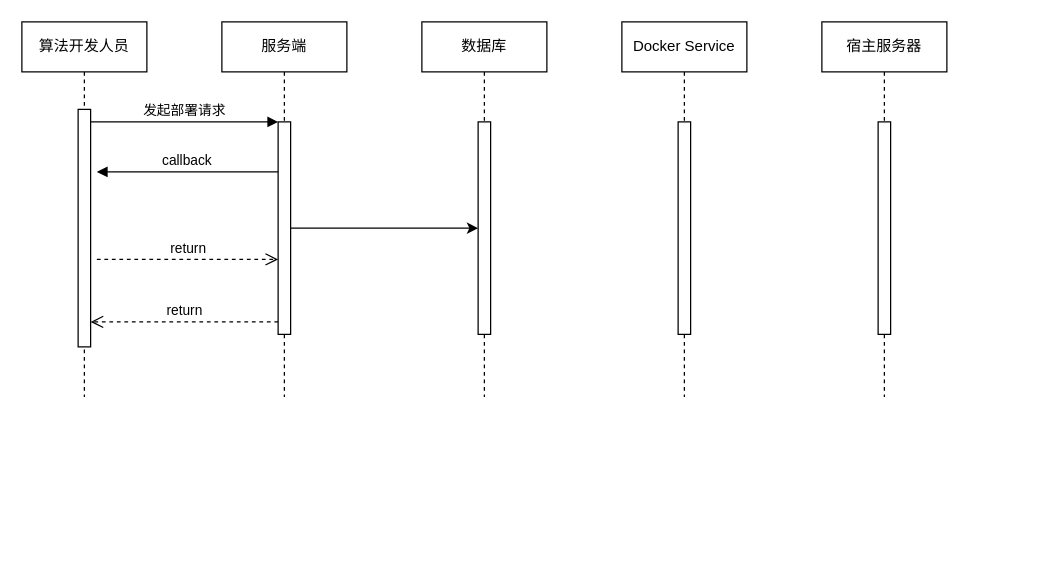
bigflyelephant/uml_set keeps this draw.io diagram as 毕设uml/未命名绘图.drawio. Above is the earlier version. Source tidied: cells renumbered, new cells numbered last; positions are measured from the earlier drawing's top-left corner, leaving out a move shared by most shapes. Both pictures are drawn from the tidied source at 125%, with x=0, y=0 at pixel (21, 21).
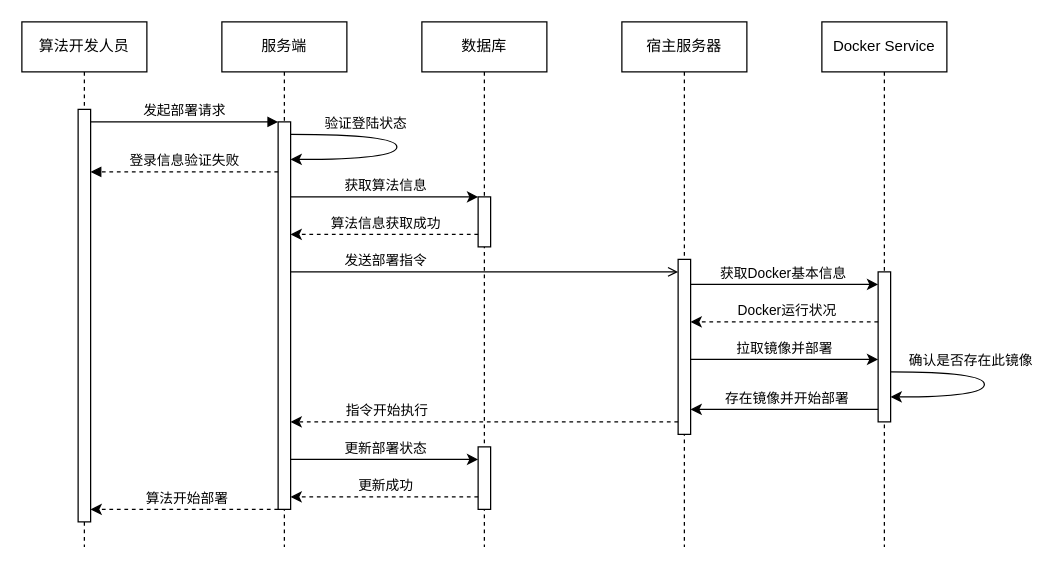
The same page after the edit.

Commit message:
更新未命名绘图.drawio

Diff of the diagram source:
```diff
@@
     <mxCell id="2" value="算法开发人员" style="shape=umlLifeline;perimeter=lifelinePerimeter;whiteSpace=wrap;html=1;newEdgeStyle={&quot;edgeStyle&quot;:&quot;elbowEdgeStyle&quot;,&quot;elbow&quot;:&quot;vertical&quot;,&quot;curved&quot;:0,&quot;rounded&quot;:0};" parent="1" vertex="1">
-      <mxGeometry width="100" height="300" as="geometry" />
+      <mxGeometry width="100" height="420" as="geometry" />
     </mxCell>
     <mxCell id="3" style="html=1;points=[];perimeter=orthogonalPerimeter;outlineConnect=0;targetShapes=umlLifeline;portConstraint=eastwest;newEdgeStyle={&quot;edgeStyle&quot;:&quot;elbowEdgeStyle&quot;,&quot;elbow&quot;:&quot;vertical&quot;,&quot;curved&quot;:0,&quot;rounded&quot;:0};" parent="2" vertex="1">
-      <mxGeometry x="45" y="70" width="10" height="190" as="geometry" />
+      <mxGeometry x="45" y="70" width="10" height="330" as="geometry" />
     </mxCell>
     <mxCell id="4" value="服务端" style="shape=umlLifeline;perimeter=lifelinePerimeter;whiteSpace=wrap;html=1;newEdgeStyle={&quot;edgeStyle&quot;:&quot;elbowEdgeStyle&quot;,&quot;elbow&quot;:&quot;vertical&quot;,&quot;curved&quot;:0,&quot;rounded&quot;:0};" parent="1" vertex="1">
-      <mxGeometry x="160" width="100" height="300" as="geometry" />
+      <mxGeometry x="160" width="100" height="420" as="geometry" />
     </mxCell>
     <mxCell id="5" style="html=1;points=[];perimeter=orthogonalPerimeter;outlineConnect=0;targetShapes=umlLifeline;portConstraint=eastwest;newEdgeStyle={&quot;edgeStyle&quot;:&quot;elbowEdgeStyle&quot;,&quot;elbow&quot;:&quot;vertical&quot;,&quot;curved&quot;:0,&quot;rounded&quot;:0};" parent="4" vertex="1">
-      <mxGeometry x="45" y="80" width="10" height="170" as="geometry" />
+      <mxGeometry x="45" y="80" width="10" height="310" as="geometry" />
     </mxCell>
+    <mxCell id="17" style="edgeStyle=orthogonalEdgeStyle;rounded=0;orthogonalLoop=1;jettySize=auto;html=1;elbow=vertical;targetPerimeterSpacing=0;curved=1;" parent="4" edge="1" source="5" target="5">
+      <mxGeometry relative="1" as="geometry">
+        <Array as="points">
+          <mxPoint x="140" y="90" />
+          <mxPoint x="140" y="110" />
+        </Array>
+      </mxGeometry>
+    </mxCell>
+    <mxCell id="18" value="验证登陆状态" style="edgeLabel;html=1;align=center;verticalAlign=middle;" parent="17" vertex="1">
+      <mxGeometry x="-0.38" y="-4" relative="1" as="geometry">
+        <mxPoint y="-14" as="offset" />
+      </mxGeometry>
+    </mxCell>
@@
-    <mxCell id="7" value="return" style="html=1;verticalAlign=bottom;endArrow=open;dashed=1;endSize=8;edgeStyle=elbowEdgeStyle;elbow=vertical;curved=0;rounded=0;" parent="1" edge="1" source="5" target="3">
-      <mxGeometry relative="1" as="geometry">
-        <Array as="points">
-          <mxPoint x="150" y="240" />
-        </Array>
-      </mxGeometry>
-    </mxCell>
-    <mxCell id="8" value="callback" style="html=1;verticalAlign=bottom;endArrow=block;edgeStyle=elbowEdgeStyle;elbow=vertical;curved=0;rounded=0;" parent="1" edge="1" source="5">
+    <mxCell id="8" value="登录信息验证失败" style="html=1;verticalAlign=bottom;endArrow=block;edgeStyle=elbowEdgeStyle;elbow=vertical;curved=0;rounded=0;dashed=1;" parent="1" edge="1" source="5" target="3">
       <mxGeometry relative="1" as="geometry">
-        <mxPoint x="60" y="120" as="targetPoint" />
         <Array as="points">
+          <mxPoint x="190" y="120" />
+          <mxPoint x="160" y="140" />
+          <mxPoint x="170" y="130" />
+          <mxPoint x="170" y="170" />
           <mxPoint x="150" y="120" />
         </Array>
       </mxGeometry>
     </mxCell>
-    <mxCell id="9" value="return" style="html=1;verticalAlign=bottom;endArrow=open;dashed=1;endSize=8;edgeStyle=elbowEdgeStyle;elbow=vertical;curved=0;rounded=0;" parent="1" edge="1" target="5">
-      <mxGeometry relative="1" as="geometry">
-        <mxPoint x="60" y="190" as="sourcePoint" />
-        <Array as="points">
-          <mxPoint x="140" y="190" />
-        </Array>
-      </mxGeometry>
-    </mxCell>
     <mxCell id="10" style="edgeStyle=elbowEdgeStyle;rounded=0;jettySize=auto;html=1;elbow=vertical;curved=0;" parent="1" edge="1" source="5" target="12">
       <mxGeometry relative="1" as="geometry">
         <Array as="points">
+          <mxPoint x="350" y="140" />
+          <mxPoint x="340" y="150" />
+          <mxPoint x="270" y="160" />
+          <mxPoint x="290" y="150" />
+          <mxPoint x="280" y="140" />
+          <mxPoint x="290" y="240" />
+          <mxPoint x="310" y="140" />
+          <mxPoint x="280" y="100" />
           <mxPoint x="370" y="130" />
         </Array>
       </mxGeometry>
     </mxCell>
+    <mxCell id="19" value="获取算法信息" style="edgeLabel;html=1;align=center;verticalAlign=middle;" parent="10" vertex="1">
+      <mxGeometry x="0.13" relative="1" as="geometry">
+        <mxPoint x="-10" y="-10" as="offset" />
+      </mxGeometry>
+    </mxCell>
     <mxCell id="11" value="数据库" style="shape=umlLifeline;perimeter=lifelinePerimeter;whiteSpace=wrap;html=1;newEdgeStyle={&quot;edgeStyle&quot;:&quot;elbowEdgeStyle&quot;,&quot;elbow&quot;:&quot;vertical&quot;,&quot;curved&quot;:0,&quot;rounded&quot;:0};" parent="1" vertex="1">
-      <mxGeometry x="320" width="100" height="300" as="geometry" />
+      <mxGeometry x="320" width="100" height="420" as="geometry" />
     </mxCell>
     <mxCell id="12" style="html=1;points=[];perimeter=orthogonalPerimeter;outlineConnect=0;targetShapes=umlLifeline;portConstraint=eastwest;newEdgeStyle={&quot;edgeStyle&quot;:&quot;elbowEdgeStyle&quot;,&quot;elbow&quot;:&quot;vertical&quot;,&quot;curved&quot;:0,&quot;rounded&quot;:0};" parent="11" vertex="1">
-      <mxGeometry x="45" y="80" width="10" height="170" as="geometry" />
+      <mxGeometry x="45" y="140" width="10" height="40" as="geometry" />
     </mxCell>
+    <mxCell id="20" style="html=1;points=[];perimeter=orthogonalPerimeter;outlineConnect=0;targetShapes=umlLifeline;portConstraint=eastwest;newEdgeStyle={&quot;edgeStyle&quot;:&quot;elbowEdgeStyle&quot;,&quot;elbow&quot;:&quot;vertical&quot;,&quot;curved&quot;:0,&quot;rounded&quot;:0};" parent="11" vertex="1">
+      <mxGeometry x="45" y="340" width="10" height="50" as="geometry" />
+    </mxCell>
     <mxCell id="13" value="Docker Service" style="shape=umlLifeline;perimeter=lifelinePerimeter;whiteSpace=wrap;html=1;newEdgeStyle={&quot;edgeStyle&quot;:&quot;elbowEdgeStyle&quot;,&quot;elbow&quot;:&quot;vertical&quot;,&quot;curved&quot;:0,&quot;rounded&quot;:0};" parent="1" vertex="1">
-      <mxGeometry x="480" width="100" height="300" as="geometry" />
+      <mxGeometry x="640" width="100" height="420" as="geometry" />
     </mxCell>
     <mxCell id="14" style="html=1;points=[];perimeter=orthogonalPerimeter;outlineConnect=0;targetShapes=umlLifeline;portConstraint=eastwest;newEdgeStyle={&quot;edgeStyle&quot;:&quot;elbowEdgeStyle&quot;,&quot;elbow&quot;:&quot;vertical&quot;,&quot;curved&quot;:0,&quot;rounded&quot;:0};" parent="13" vertex="1">
-      <mxGeometry x="45" y="80" width="10" height="170" as="geometry" />
+      <mxGeometry x="45" y="200" width="10" height="120" as="geometry" />
     </mxCell>
+    <mxCell id="21" style="edgeStyle=orthogonalEdgeStyle;rounded=0;orthogonalLoop=1;jettySize=auto;html=1;elbow=vertical;curved=1;" parent="13" edge="1" source="14" target="14">
+      <mxGeometry relative="1" as="geometry">
+        <Array as="points">
+          <mxPoint x="130" y="280" />
+          <mxPoint x="130" y="300" />
+        </Array>
+      </mxGeometry>
+    </mxCell>
+    <mxCell id="22" value="确认是否存在此镜像" style="edgeLabel;html=1;align=center;verticalAlign=middle;" parent="21" vertex="1">
+      <mxGeometry x="-0.47" y="-1" relative="1" as="geometry">
+        <mxPoint x="18" y="-11" as="offset" />
+      </mxGeometry>
+    </mxCell>
     <mxCell id="15" value="宿主服务器" style="shape=umlLifeline;perimeter=lifelinePerimeter;whiteSpace=wrap;html=1;newEdgeStyle={&quot;edgeStyle&quot;:&quot;elbowEdgeStyle&quot;,&quot;elbow&quot;:&quot;vertical&quot;,&quot;curved&quot;:0,&quot;rounded&quot;:0};" parent="1" vertex="1">
-      <mxGeometry x="640" width="100" height="300" as="geometry" />
+      <mxGeometry x="480" width="100" height="420" as="geometry" />
     </mxCell>
     <mxCell id="16" style="html=1;points=[];perimeter=orthogonalPerimeter;outlineConnect=0;targetShapes=umlLifeline;portConstraint=eastwest;newEdgeStyle={&quot;edgeStyle&quot;:&quot;elbowEdgeStyle&quot;,&quot;elbow&quot;:&quot;vertical&quot;,&quot;curved&quot;:0,&quot;rounded&quot;:0};" parent="15" vertex="1">
-      <mxGeometry x="45" y="80" width="10" height="170" as="geometry" />
+      <mxGeometry x="45" y="190" width="10" height="140" as="geometry" />
     </mxCell>
+    <mxCell id="23" style="edgeStyle=elbowEdgeStyle;rounded=0;jettySize=auto;html=1;elbow=vertical;curved=0;dashed=1;" parent="1" edge="1" source="12" target="5">
+      <mxGeometry relative="1" as="geometry">
+        <Array as="points">
+          <mxPoint x="340" y="170" />
+          <mxPoint x="270" y="200" />
+          <mxPoint x="350" y="210" />
+          <mxPoint x="300" y="240" />
+          <mxPoint x="320" y="230" />
+        </Array>
+      </mxGeometry>
+    </mxCell>
+    <mxCell id="24" value="算法信息获取成功" style="edgeLabel;html=1;align=center;verticalAlign=middle;" parent="23" vertex="1">
+      <mxGeometry x="0.12" relative="1" as="geometry">
+        <mxPoint x="9" y="-10" as="offset" />
+      </mxGeometry>
+    </mxCell>
+    <mxCell id="25" style="edgeStyle=elbowEdgeStyle;rounded=0;jettySize=auto;html=1;elbow=vertical;curved=0;endArrow=open;endFill=0;" parent="1" edge="1" source="5" target="16">
+      <mxGeometry relative="1" as="geometry">
+        <Array as="points">
+          <mxPoint x="410" y="200" />
+          <mxPoint x="460" y="230" />
+          <mxPoint x="420" y="240" />
+          <mxPoint x="400" y="280" />
+        </Array>
+      </mxGeometry>
+    </mxCell>
+    <mxCell id="26" value="发送部署指令" style="edgeLabel;html=1;align=center;verticalAlign=middle;" parent="25" vertex="1">
+      <mxGeometry x="-0.4" y="-1" relative="1" as="geometry">
+        <mxPoint x="-18" y="-11" as="offset" />
+      </mxGeometry>
+    </mxCell>
+    <mxCell id="27" style="edgeStyle=elbowEdgeStyle;rounded=0;jettySize=auto;html=1;elbow=vertical;curved=0;" parent="1" edge="1" source="16" target="14">
+      <mxGeometry relative="1" as="geometry">
+        <Array as="points">
+          <mxPoint x="610" y="210" />
+          <mxPoint x="640" y="260" />
+          <mxPoint x="660" y="270" />
+          <mxPoint x="620" y="300" />
+          <mxPoint x="600" y="380" />
+          <mxPoint x="590" y="300" />
+        </Array>
+      </mxGeometry>
+    </mxCell>
+    <mxCell id="28" value="获取Docker基本信息" style="edgeLabel;html=1;align=center;verticalAlign=middle;" parent="27" vertex="1">
+      <mxGeometry x="0.02" y="1" relative="1" as="geometry">
+        <mxPoint x="-4" y="-9" as="offset" />
+      </mxGeometry>
+    </mxCell>
+    <mxCell id="29" style="edgeStyle=elbowEdgeStyle;rounded=0;jettySize=auto;html=1;elbow=vertical;curved=0;dashed=1;" parent="1" edge="1" source="16" target="5">
+      <mxGeometry relative="1" as="geometry">
+        <Array as="points">
+          <mxPoint x="470" y="320" />
+          <mxPoint x="470" y="370" />
+          <mxPoint x="440" y="380" />
+          <mxPoint x="490" y="340" />
+          <mxPoint x="450" y="310" />
+          <mxPoint x="340" y="400" />
+          <mxPoint x="330" y="320" />
+        </Array>
+      </mxGeometry>
+    </mxCell>
+    <mxCell id="30" value="指令开始执行" style="edgeLabel;html=1;align=center;verticalAlign=middle;" parent="29" vertex="1">
+      <mxGeometry x="0.37" y="-1" relative="1" as="geometry">
+        <mxPoint x="-22" y="-9" as="offset" />
+      </mxGeometry>
+    </mxCell>
+    <mxCell id="31" style="edgeStyle=elbowEdgeStyle;rounded=0;jettySize=auto;html=1;elbow=vertical;curved=0;" parent="1" edge="1" source="5" target="20">
+      <mxGeometry relative="1" as="geometry">
+        <Array as="points">
+          <mxPoint x="330" y="350" />
+          <mxPoint x="250" y="400" />
+          <mxPoint x="340" y="390" />
+          <mxPoint x="330" y="430" />
+          <mxPoint x="300" y="370" />
+          <mxPoint x="250" y="440" />
+          <mxPoint x="260" y="420" />
+          <mxPoint x="280" y="360" />
+          <mxPoint x="350" y="370" />
+          <mxPoint x="350" y="360" />
+          <mxPoint x="340" y="360" />
+          <mxPoint x="350" y="350" />
+        </Array>
+      </mxGeometry>
+    </mxCell>
+    <mxCell id="32" value="更新部署状态" style="edgeLabel;html=1;align=center;verticalAlign=middle;" parent="31" vertex="1">
+      <mxGeometry x="0.14" y="-1" relative="1" as="geometry">
+        <mxPoint x="-11" y="-11" as="offset" />
+      </mxGeometry>
+    </mxCell>
+    <mxCell id="33" style="edgeStyle=elbowEdgeStyle;rounded=0;jettySize=auto;html=1;elbow=vertical;curved=0;dashed=1;" parent="1" edge="1" source="20" target="5">
+      <mxGeometry relative="1" as="geometry">
+        <Array as="points">
+          <mxPoint x="330" y="380" />
+          <mxPoint x="320" y="430" />
+          <mxPoint x="350" y="420" />
+          <mxPoint x="310" y="460" />
+          <mxPoint x="240" y="430" />
+          <mxPoint x="260" y="400" />
+          <mxPoint x="340" y="470" />
+          <mxPoint x="250" y="480" />
+          <mxPoint x="270" y="460" />
+          <mxPoint x="340" y="400" />
+        </Array>
+      </mxGeometry>
+    </mxCell>
+    <mxCell id="34" value="更新成功" style="edgeLabel;html=1;align=center;verticalAlign=middle;" parent="33" vertex="1">
+      <mxGeometry x="-0.16" y="1" relative="1" as="geometry">
+        <mxPoint x="-12" y="-11" as="offset" />
+      </mxGeometry>
+    </mxCell>
+    <mxCell id="7" style="edgeStyle=elbowEdgeStyle;rounded=0;jettySize=auto;html=1;elbow=vertical;curved=0;dashed=1;" parent="1" edge="1" source="5" target="3">
+      <mxGeometry relative="1" as="geometry">
+        <Array as="points">
+          <mxPoint x="140" y="390" />
+          <mxPoint x="190" y="430" />
+          <mxPoint x="120" y="440" />
+          <mxPoint x="190" y="420" />
+          <mxPoint x="140" y="410" />
+          <mxPoint x="180" y="380" />
+          <mxPoint x="110" y="420" />
+        </Array>
+      </mxGeometry>
+    </mxCell>
+    <mxCell id="35" value="算法开始部署" style="edgeLabel;html=1;align=center;verticalAlign=middle;" parent="7" vertex="1">
+      <mxGeometry x="-0.01" y="-2" relative="1" as="geometry">
+        <mxPoint y="-8" as="offset" />
+      </mxGeometry>
+    </mxCell>
+    <mxCell id="36" style="edgeStyle=elbowEdgeStyle;rounded=0;jettySize=auto;html=1;elbow=vertical;curved=0;dashed=1;" parent="1" edge="1" source="14" target="16">
+      <mxGeometry relative="1" as="geometry">
+        <Array as="points">
+          <mxPoint x="590" y="240" />
+          <mxPoint x="620" y="290" />
+          <mxPoint x="570" y="300" />
+          <mxPoint x="630" y="340" />
+        </Array>
+      </mxGeometry>
+    </mxCell>
+    <mxCell id="37" value="Docker运行状况" style="edgeLabel;html=1;align=center;verticalAlign=middle;" parent="36" vertex="1">
+      <mxGeometry x="-0.01" y="1" relative="1" as="geometry">
+        <mxPoint y="-11" as="offset" />
+      </mxGeometry>
+    </mxCell>
+    <mxCell id="38" style="edgeStyle=elbowEdgeStyle;rounded=0;jettySize=auto;html=1;elbow=vertical;curved=0;" parent="1" edge="1" source="16" target="14">
+      <mxGeometry relative="1" as="geometry">
+        <Array as="points">
+          <mxPoint x="610" y="270" />
+          <mxPoint x="590" y="320" />
+          <mxPoint x="620" y="310" />
+          <mxPoint x="630" y="320" />
+          <mxPoint x="600" y="330" />
+          <mxPoint x="620" y="380" />
+        </Array>
+      </mxGeometry>
+    </mxCell>
+    <mxCell id="39" value="拉取镜像并部署" style="edgeLabel;html=1;align=center;verticalAlign=middle;" parent="38" vertex="1">
+      <mxGeometry x="-0.09" y="3" relative="1" as="geometry">
+        <mxPoint x="6" y="-7" as="offset" />
+      </mxGeometry>
+    </mxCell>
+    <mxCell id="40" style="edgeStyle=elbowEdgeStyle;rounded=0;jettySize=auto;html=1;elbow=vertical;curved=0;" parent="1" edge="1" source="14" target="16">
+      <mxGeometry relative="1" as="geometry">
+        <Array as="points">
+          <mxPoint x="660" y="310" />
+          <mxPoint x="650" y="360" />
+          <mxPoint x="620" y="410" />
+          <mxPoint x="640" y="360" />
+        </Array>
+      </mxGeometry>
+    </mxCell>
+    <mxCell id="41" value="存在镜像并开始部署" style="edgeLabel;html=1;align=center;verticalAlign=middle;" parent="40" vertex="1">
+      <mxGeometry x="-0.02" y="-2" relative="1" as="geometry">
+        <mxPoint y="-8" as="offset" />
+      </mxGeometry>
+    </mxCell>
```
